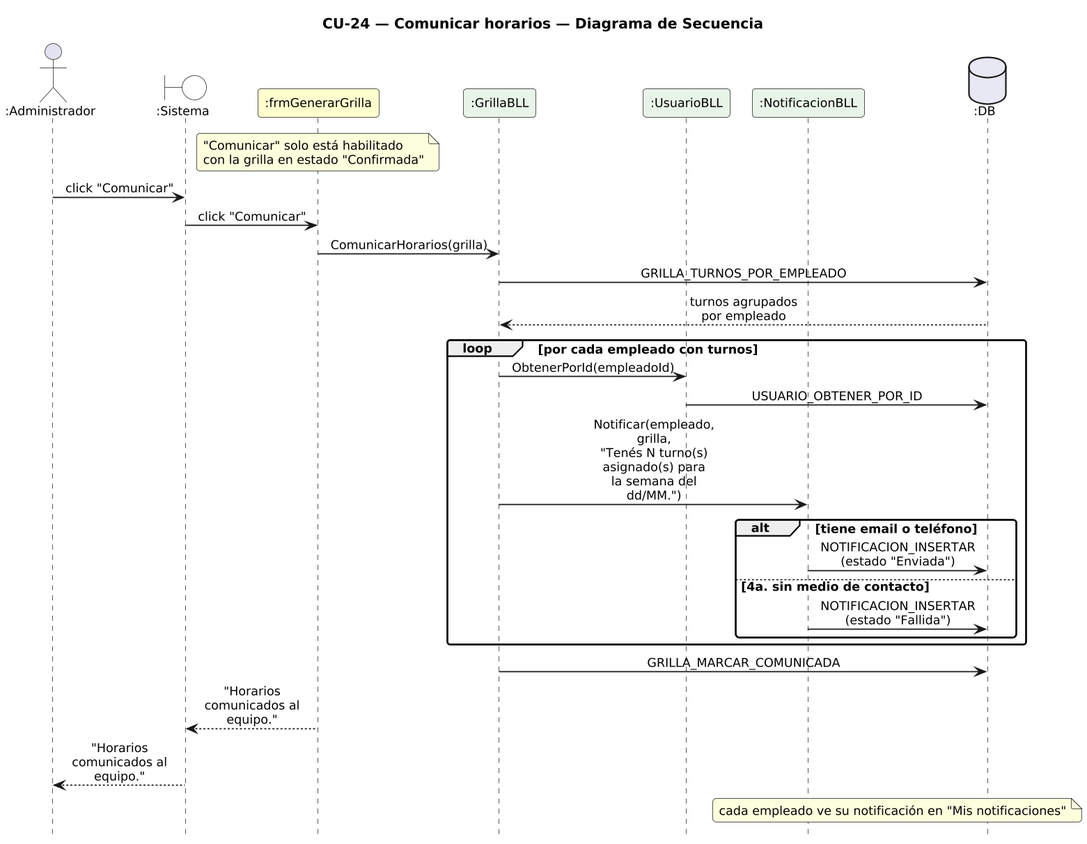
The PlantUML diagram DIAGRAMAS/DiagramaSecuencia_CU24_ComunicarHorarios.png in Urrels/ingenieria_software, before a commit.
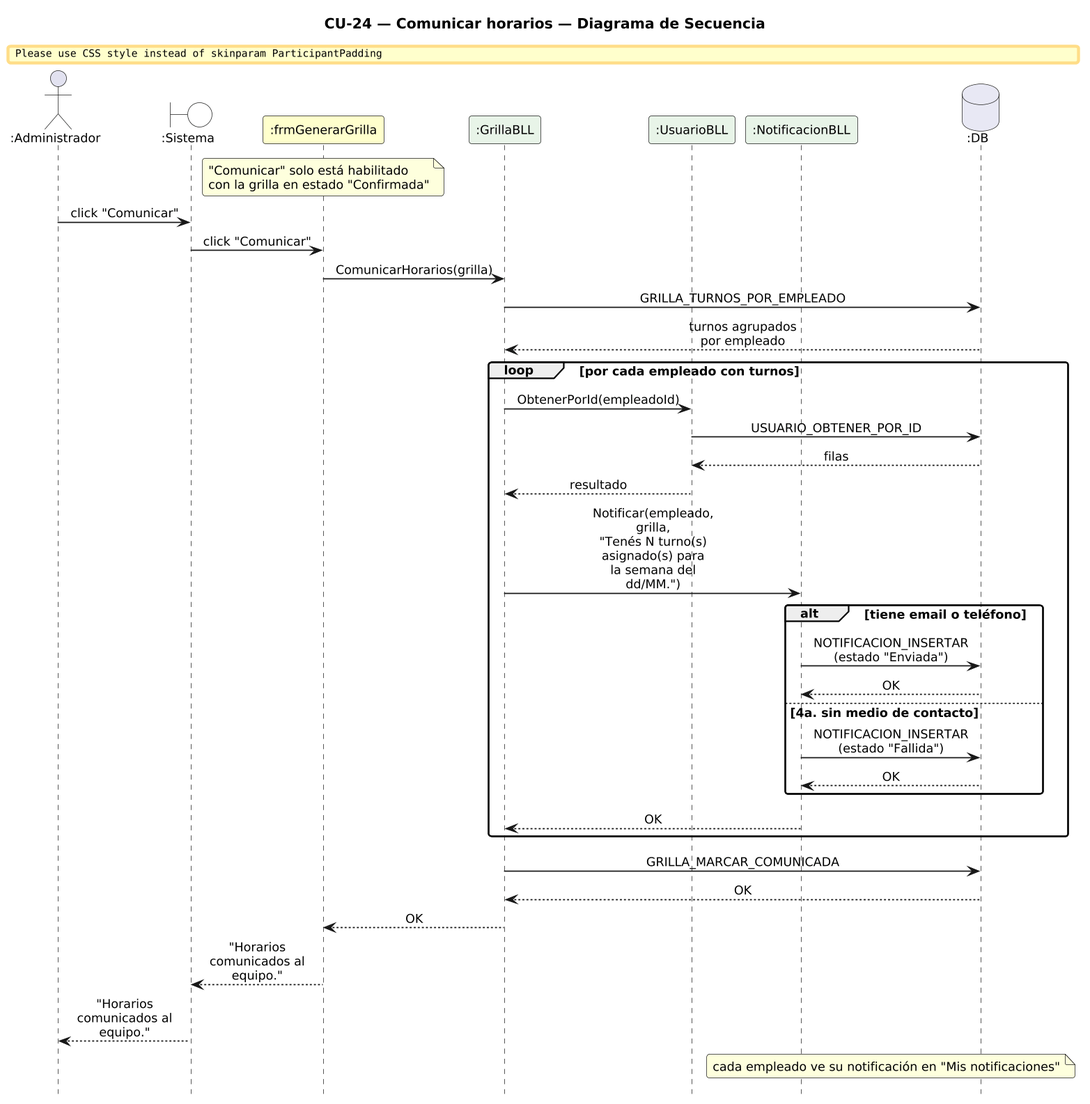
After the commit.

Change to the diagram source:
```diff
@@ -30,14 +30,21 @@
 loop por cada empleado con turnos
   G -> UB : ObtenerPorId(empleadoId)
   UB -> DB : USUARIO_OBTENER_POR_ID
+  DB --> UB : filas
+  UB --> G : resultado
   G -> N : Notificar(empleado, grilla,\n"Tenés N turno(s) asignado(s) para la semana del dd/MM.")
   alt tiene email o teléfono
     N -> DB : NOTIFICACION_INSERTAR (estado "Enviada")
+    DB --> N : OK
   else 4a. sin medio de contacto
     N -> DB : NOTIFICACION_INSERTAR (estado "Fallida")
+    DB --> N : OK
   end
+    N --> G : OK
 end
 G -> DB : GRILLA_MARCAR_COMUNICADA
+DB --> G : OK
+G --> F : OK
 F --> SYS : "Horarios comunicados al equipo."
 SYS --> A : "Horarios comunicados al equipo."
 note over N, DB : cada empleado ve su notificación en "Mis notificaciones"
```
